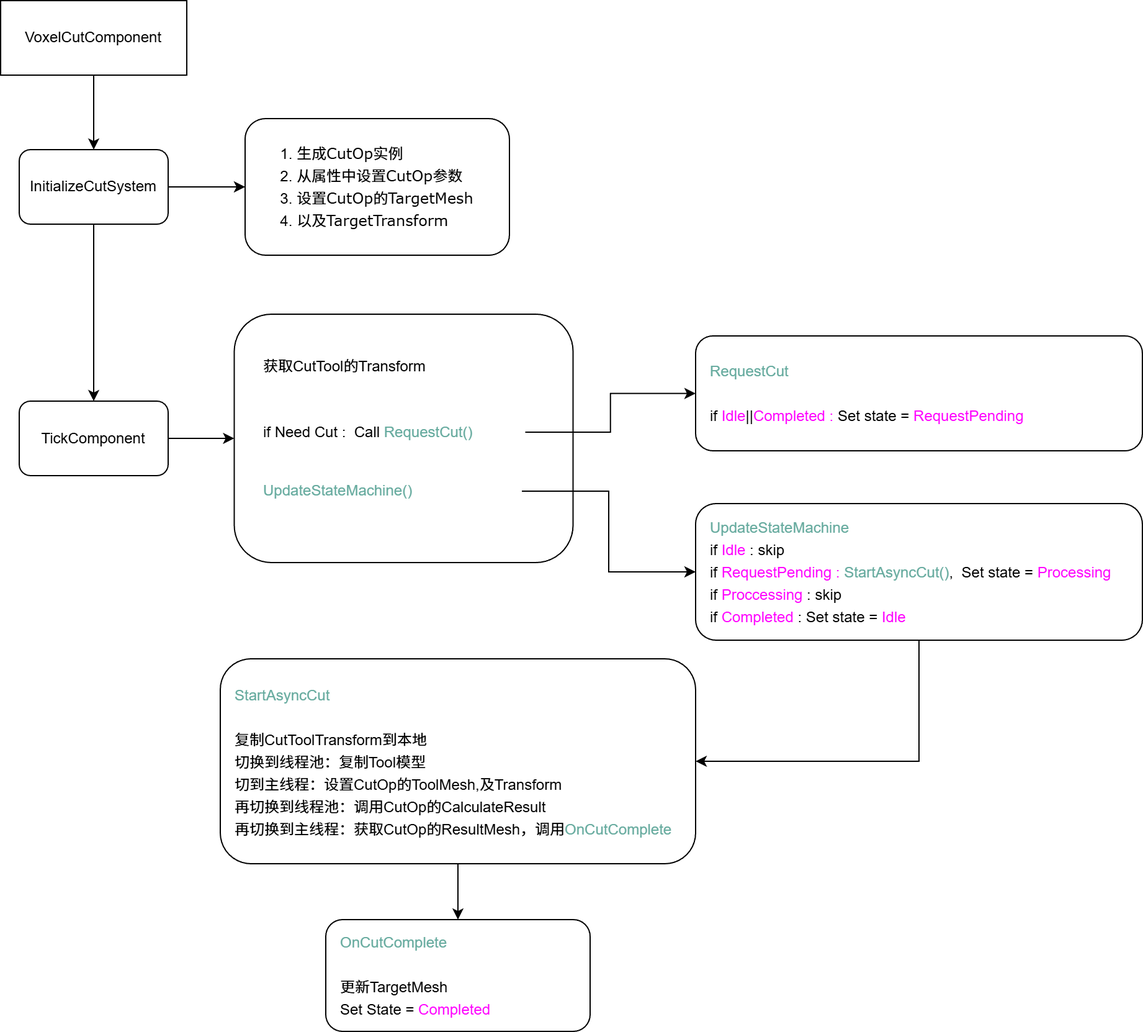
This is 异步切削.drawio.png from inlet511/CustomPhysicsComponentTest, a draw.io export, as it was before one commit. Source tidied: cells renumbered, new cells last; positions are measured from the earlier drawing's top-left corner, leaving out a move shared by most shapes. The source it was exported from:
```xml
<mxGraphModel>
  <root>
    <mxCell id="0" />
    <mxCell id="1" parent="0" />
    <mxCell id="2" style="edgeStyle=orthogonalEdgeStyle;rounded=0;jettySize=auto;html=1;exitX=0.5;exitY=1;exitDx=0;exitDy=0;entryX=0.5;entryY=0;entryDx=0;entryDy=0;" parent="1" edge="1" source="3" target="6">
      <mxGeometry relative="1" as="geometry" />
    </mxCell>
    <mxCell id="3" value="VoxelCutComponent" style="rounded=0;whiteSpace=wrap;html=1;" parent="1" vertex="1">
      <mxGeometry width="150" height="60" as="geometry" />
    </mxCell>
    <mxCell id="4" style="edgeStyle=orthogonalEdgeStyle;rounded=0;jettySize=auto;html=1;exitX=1;exitY=0.5;exitDx=0;exitDy=0;entryX=0;entryY=0.5;entryDx=0;entryDy=0;" parent="1" edge="1" source="6" target="7">
      <mxGeometry relative="1" as="geometry" />
    </mxCell>
    <mxCell id="5" style="edgeStyle=orthogonalEdgeStyle;rounded=0;jettySize=auto;html=1;exitX=0.5;exitY=1;exitDx=0;exitDy=0;entryX=0.5;entryY=0;entryDx=0;entryDy=0;" parent="1" edge="1" source="6" target="9">
      <mxGeometry relative="1" as="geometry" />
    </mxCell>
    <mxCell id="6" value="InitializeCutSystem" style="rounded=1;whiteSpace=wrap;html=1;" parent="1" vertex="1">
      <mxGeometry x="15" y="120" width="120" height="60" as="geometry" />
    </mxCell>
    <mxCell id="7" value="&lt;ol style=&quot;line-height: 150%;&quot;&gt;&lt;li&gt;&lt;font face=&quot;Verdana&quot;&gt;生成CutOp实例&lt;/font&gt;&lt;/li&gt;&lt;li&gt;&lt;font face=&quot;Verdana&quot;&gt;从属性中设置CutOp参数&lt;/font&gt;&lt;/li&gt;&lt;li&gt;&lt;font face=&quot;Verdana&quot;&gt;设置CutOp的TargetMesh&lt;/font&gt;&lt;/li&gt;&lt;li&gt;&lt;font face=&quot;Verdana&quot;&gt;以及TargetTransform&lt;/font&gt;&lt;/li&gt;&lt;/ol&gt;" style="rounded=1;whiteSpace=wrap;html=1;align=left;" parent="1" vertex="1">
      <mxGeometry x="197" y="95" width="213" height="110" as="geometry" />
    </mxCell>
    <mxCell id="8" style="edgeStyle=orthogonalEdgeStyle;rounded=0;jettySize=auto;html=1;exitX=1;exitY=0.5;exitDx=0;exitDy=0;entryX=0;entryY=0.5;entryDx=0;entryDy=0;" parent="1" edge="1" source="9" target="10">
      <mxGeometry relative="1" as="geometry" />
    </mxCell>
    <mxCell id="9" value="TickComponent" style="rounded=1;whiteSpace=wrap;html=1;" parent="1" vertex="1">
      <mxGeometry x="15" y="322.5" width="120" height="60" as="geometry" />
    </mxCell>
    <mxCell id="10" value="&lt;div&gt;&lt;br&gt;&lt;/div&gt;" style="rounded=1;whiteSpace=wrap;html=1;align=left;" parent="1" vertex="1">
      <mxGeometry x="188.2" y="252.5" width="273" height="200" as="geometry" />
    </mxCell>
    <mxCell id="11" value="&lt;div style=&quot;line-height: 150%;&quot;&gt;&lt;span&gt;&lt;font style=&quot;color: rgb(103, 171, 159);&quot;&gt;RequestCut&lt;/font&gt;&lt;/span&gt;&lt;/div&gt;&lt;div style=&quot;line-height: 150%;&quot;&gt;&lt;font color=&quot;#67ab9f&quot;&gt;&lt;br&gt;&lt;/font&gt;&lt;div&gt;if &lt;font style=&quot;color: rgb(255, 0, 255);&quot;&gt;Idle&lt;/font&gt;&lt;font style=&quot;color: rgb(0, 0, 0);&quot;&gt;||&lt;/font&gt;&lt;font style=&quot;color: rgb(255, 0, 255);&quot;&gt;Completed :&lt;/font&gt;&lt;font style=&quot;color: rgb(0, 0, 0);&quot;&gt;&amp;nbsp;Set state =&lt;/font&gt;&lt;font style=&quot;color: rgb(255, 0, 255);&quot;&gt;&amp;nbsp;&lt;/font&gt;&lt;span style=&quot;color: light-dark(rgb(255, 0, 255), rgb(255, 112, 255)); background-color: transparent;&quot;&gt;RequestPending&lt;/span&gt;&lt;/div&gt;&lt;/div&gt;" style="whiteSpace=wrap;html=1;align=left;rounded=1;spacingLeft=10;fontSize=12;spacing=2;spacingTop=0;labelBackgroundColor=none;" parent="1" vertex="1">
      <mxGeometry x="560" y="270" width="360" height="92.5" as="geometry" />
    </mxCell>
    <mxCell id="12" value="&lt;span style=&quot;background-color: transparent; color: light-dark(rgb(0, 0, 0), rgb(255, 255, 255));&quot;&gt;获取CutTool的Transform&lt;/span&gt;" style="text;html=1;whiteSpace=wrap;strokeColor=none;fillColor=none;align=left;verticalAlign=middle;rounded=0;" parent="1" vertex="1">
      <mxGeometry x="210" y="280" width="229.5" height="30" as="geometry" />
    </mxCell>
    <mxCell id="13" style="edgeStyle=orthogonalEdgeStyle;rounded=0;jettySize=auto;html=1;" parent="1" edge="1" source="14" target="11">
      <mxGeometry relative="1" as="geometry" />
    </mxCell>
    <mxCell id="14" value="&lt;span style=&quot;background-color: transparent; color: light-dark(rgb(0, 0, 0), rgb(255, 255, 255));&quot;&gt;if Need Cut :&amp;nbsp; Call&amp;nbsp;&lt;/span&gt;&lt;span style=&quot;background-color: transparent;&quot;&gt;&lt;font style=&quot;color: light-dark(rgb(103, 171, 159), rgb(255, 255, 255));&quot;&gt;RequestCut()&lt;/font&gt;&lt;/span&gt;" style="text;html=1;whiteSpace=wrap;strokeColor=none;fillColor=none;align=left;verticalAlign=middle;rounded=0;" parent="1" vertex="1">
      <mxGeometry x="210" y="332.5" width="212.8" height="30" as="geometry" />
    </mxCell>
    <mxCell id="15" style="edgeStyle=orthogonalEdgeStyle;rounded=0;jettySize=auto;html=1;exitX=1;exitY=0.5;exitDx=0;exitDy=0;entryX=0;entryY=0.5;entryDx=0;entryDy=0;" parent="1" edge="1" source="16" target="18">
      <mxGeometry relative="1" as="geometry">
        <Array as="points">
          <mxPoint x="490" y="395" />
          <mxPoint x="490" y="460" />
        </Array>
      </mxGeometry>
    </mxCell>
    <mxCell id="16" value="&lt;span style=&quot;background-color: transparent;&quot;&gt;UpdateStateMachine()&lt;/span&gt;" style="text;html=1;whiteSpace=wrap;strokeColor=none;fillColor=none;align=left;verticalAlign=middle;rounded=0;fontColor=#67AB9F;" parent="1" vertex="1">
      <mxGeometry x="210" y="380" width="210" height="30" as="geometry" />
    </mxCell>
    <mxCell id="17" style="edgeStyle=orthogonalEdgeStyle;rounded=0;jettySize=auto;html=1;exitX=0.5;exitY=1;exitDx=0;exitDy=0;entryX=1;entryY=0.5;entryDx=0;entryDy=0;" parent="1" edge="1" source="18" target="20">
      <mxGeometry relative="1" as="geometry" />
    </mxCell>
    <mxCell id="18" value="&lt;div style=&quot;line-height: 150%;&quot;&gt;&lt;font style=&quot;color: rgb(103, 171, 159);&quot;&gt;UpdateStateMachine&lt;/font&gt;&lt;/div&gt;&lt;div style=&quot;line-height: 150%;&quot;&gt;&lt;font&gt;if &lt;font style=&quot;color: rgb(255, 0, 255);&quot;&gt;&lt;font style=&quot;color: rgb(255, 0, 255);&quot;&gt;Idle&lt;/font&gt; &lt;/font&gt;: skip&lt;br&gt;&lt;/font&gt;&lt;div&gt;&lt;font&gt;if&amp;nbsp;&lt;font style=&quot;color: rgb(255, 0, 255);&quot;&gt;&lt;font style=&quot;color: rgb(255, 0, 255);&quot;&gt;RequestPending &lt;/font&gt;:&lt;/font&gt;&lt;font style=&quot;background-color: transparent; color: rgb(103, 171, 159);&quot;&gt;&amp;nbsp;StartAsyncCut()&lt;/font&gt;&lt;span style=&quot;background-color: transparent;&quot;&gt;,&amp;nbsp; Set state =&amp;nbsp;&lt;/span&gt;&lt;span style=&quot;background-color: transparent;&quot;&gt;&lt;font style=&quot;color: rgb(255, 0, 255);&quot;&gt;Processing&lt;/font&gt;&lt;/span&gt;&lt;/font&gt;&lt;/div&gt;&lt;div&gt;&lt;span style=&quot;background-color: transparent;&quot;&gt;&lt;font&gt;if &lt;font style=&quot;color: rgb(255, 0, 255);&quot;&gt;Proccessing &lt;/font&gt;: skip&lt;/font&gt;&lt;/span&gt;&lt;/div&gt;&lt;div&gt;&lt;span style=&quot;background-color: transparent;&quot;&gt;&lt;font&gt;if &lt;font style=&quot;color: rgb(255, 0, 255);&quot;&gt;Completed &lt;/font&gt;: Set state = &lt;font style=&quot;color: rgb(255, 0, 255);&quot;&gt;Idle&lt;/font&gt;&lt;/font&gt;&lt;/span&gt;&lt;/div&gt;&lt;/div&gt;" style="whiteSpace=wrap;html=1;align=left;rounded=1;spacingLeft=10;" parent="1" vertex="1">
      <mxGeometry x="560" y="405" width="360" height="110" as="geometry" />
    </mxCell>
    <mxCell id="19" style="edgeStyle=orthogonalEdgeStyle;rounded=0;jettySize=auto;html=1;exitX=0.5;exitY=1;exitDx=0;exitDy=0;" parent="1" edge="1" source="20" target="21">
      <mxGeometry relative="1" as="geometry" />
    </mxCell>
    <mxCell id="20" value="&lt;div style=&quot;line-height: 150%;&quot;&gt;&lt;font style=&quot;color: rgb(103, 171, 159);&quot;&gt;StartAsyncCut&lt;/font&gt;&lt;/div&gt;&lt;div style=&quot;line-height: 150%;&quot;&gt;&lt;br&gt;&lt;div&gt;复制CutToolTransform到本地&lt;/div&gt;&lt;div&gt;切换到线程池：复制Tool模型&lt;/div&gt;&lt;div&gt;切到主线程：设置CutOp的ToolMesh,及Transform&lt;/div&gt;&lt;div&gt;再切换到线程池：调用CutOp的CalculateResult&lt;/div&gt;&lt;div&gt;再切换到主线程：获取CutOp的ResultMesh，调用&lt;font style=&quot;color: rgb(103, 171, 159);&quot;&gt;OnCutComplete&lt;/font&gt;&lt;/div&gt;&lt;/div&gt;" style="rounded=1;whiteSpace=wrap;html=1;align=left;spacingLeft=10;" parent="1" vertex="1">
      <mxGeometry x="177" y="530" width="383" height="165" as="geometry" />
    </mxCell>
    <mxCell id="21" value="&lt;div style=&quot;line-height: 150%;&quot;&gt;&lt;font style=&quot;color: rgb(103, 171, 159);&quot;&gt;OnCutComplete&lt;/font&gt;&lt;/div&gt;&lt;div style=&quot;line-height: 150%;&quot;&gt;&lt;br&gt;&lt;div&gt;更新TargetMesh&lt;/div&gt;&lt;div&gt;Set State =&amp;nbsp;&lt;font style=&quot;color: rgb(255, 0, 255);&quot;&gt;Completed&lt;/font&gt;&lt;/div&gt;&lt;/div&gt;" style="rounded=1;whiteSpace=wrap;html=1;align=left;spacingLeft=10;" parent="1" vertex="1">
      <mxGeometry x="262" y="740" width="213" height="90" as="geometry" />
    </mxCell>
  </root>
</mxGraphModel>
```
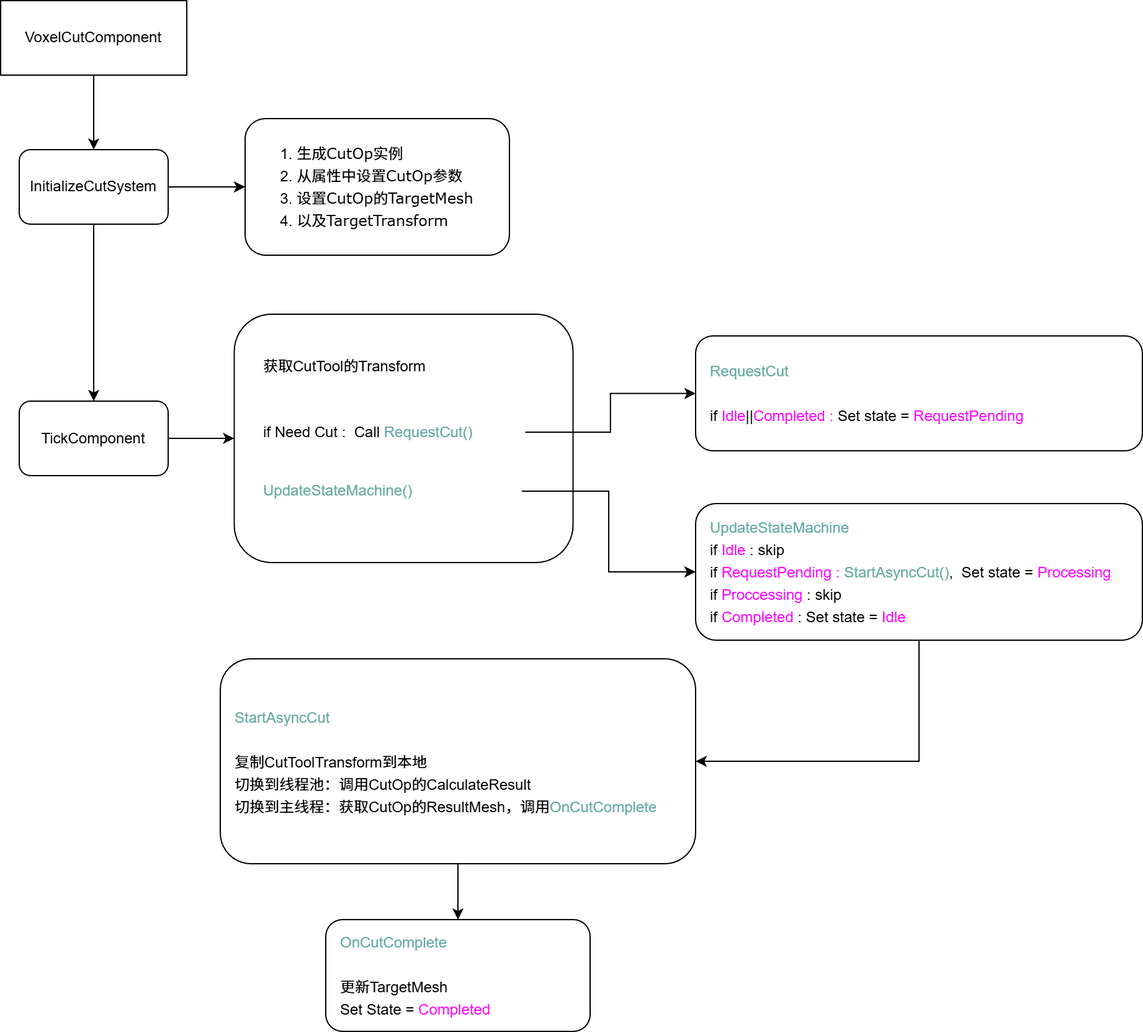
Later version of the same file.

The edit, as a diff of the source:
```diff
@@ -61,7 +61,7 @@
     <mxCell id="19" style="edgeStyle=orthogonalEdgeStyle;rounded=0;jettySize=auto;html=1;exitX=0.5;exitY=1;exitDx=0;exitDy=0;" parent="1" edge="1" source="20" target="21">
       <mxGeometry relative="1" as="geometry" />
     </mxCell>
-    <mxCell id="20" value="&lt;div style=&quot;line-height: 150%;&quot;&gt;&lt;font style=&quot;color: rgb(103, 171, 159);&quot;&gt;StartAsyncCut&lt;/font&gt;&lt;/div&gt;&lt;div style=&quot;line-height: 150%;&quot;&gt;&lt;br&gt;&lt;div&gt;复制CutToolTransform到本地&lt;/div&gt;&lt;div&gt;切换到线程池：复制Tool模型&lt;/div&gt;&lt;div&gt;切到主线程：设置CutOp的ToolMesh,及Transform&lt;/div&gt;&lt;div&gt;再切换到线程池：调用CutOp的CalculateResult&lt;/div&gt;&lt;div&gt;再切换到主线程：获取CutOp的ResultMesh，调用&lt;font style=&quot;color: rgb(103, 171, 159);&quot;&gt;OnCutComplete&lt;/font&gt;&lt;/div&gt;&lt;/div&gt;" style="rounded=1;whiteSpace=wrap;html=1;align=left;spacingLeft=10;" parent="1" vertex="1">
+    <mxCell id="20" value="&lt;div style=&quot;line-height: 150%;&quot;&gt;&lt;font style=&quot;color: rgb(103, 171, 159);&quot;&gt;StartAsyncCut&lt;/font&gt;&lt;/div&gt;&lt;div style=&quot;line-height: 150%;&quot;&gt;&lt;br&gt;&lt;div&gt;复制CutToolTransform到本地&lt;/div&gt;&lt;div&gt;切换到线程池：调用CutOp的CalculateResult&lt;/div&gt;&lt;div&gt;切换到主线程：获取CutOp的ResultMesh，调用&lt;font style=&quot;color: rgb(103, 171, 159);&quot;&gt;OnCutComplete&lt;/font&gt;&lt;/div&gt;&lt;/div&gt;" style="rounded=1;whiteSpace=wrap;html=1;align=left;spacingLeft=10;" parent="1" vertex="1">
       <mxGeometry x="177" y="530" width="383" height="165" as="geometry" />
     </mxCell>
     <mxCell id="21" value="&lt;div style=&quot;line-height: 150%;&quot;&gt;&lt;font style=&quot;color: rgb(103, 171, 159);&quot;&gt;OnCutComplete&lt;/font&gt;&lt;/div&gt;&lt;div style=&quot;line-height: 150%;&quot;&gt;&lt;br&gt;&lt;div&gt;更新TargetMesh&lt;/div&gt;&lt;div&gt;Set State =&amp;nbsp;&lt;font style=&quot;color: rgb(255, 0, 255);&quot;&gt;Completed&lt;/font&gt;&lt;/div&gt;&lt;/div&gt;" style="rounded=1;whiteSpace=wrap;html=1;align=left;spacingLeft=10;" parent="1" vertex="1">
```
